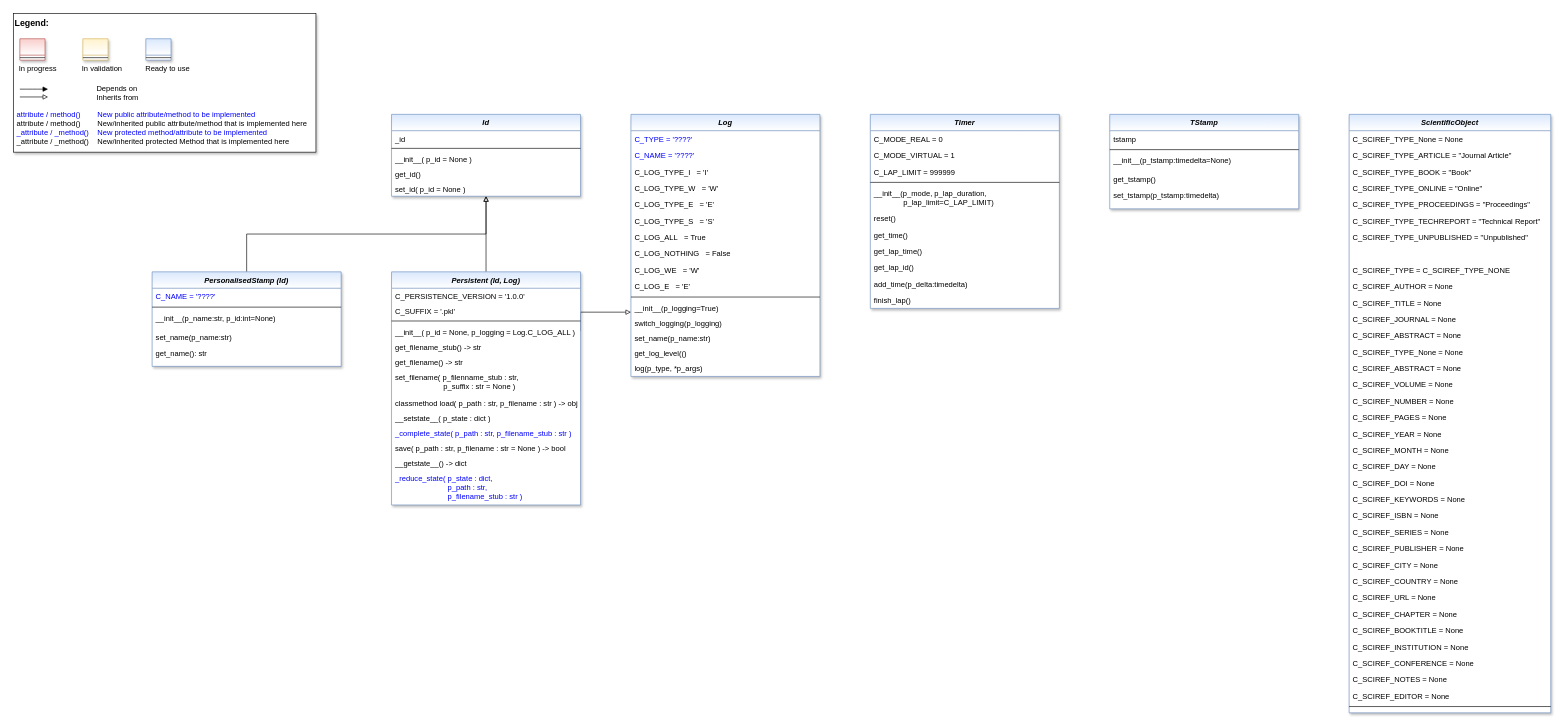
The draw.io diagram doc/rtd/content/04_appendices/appendix2/sub/core/mlpro_bf/layer0_elementary/images/MLPro-BF-Various_class_diagram.drawio in fhswf/MLPro, before the edit. Source tidied: cells renumbered, new cells numbered last; positions are measured from the earlier drawing's top-left corner, leaving out a move shared by most shapes. Both pictures are drawn from the tidied source at 63%, with x=0, y=0 at pixel (13, 13).
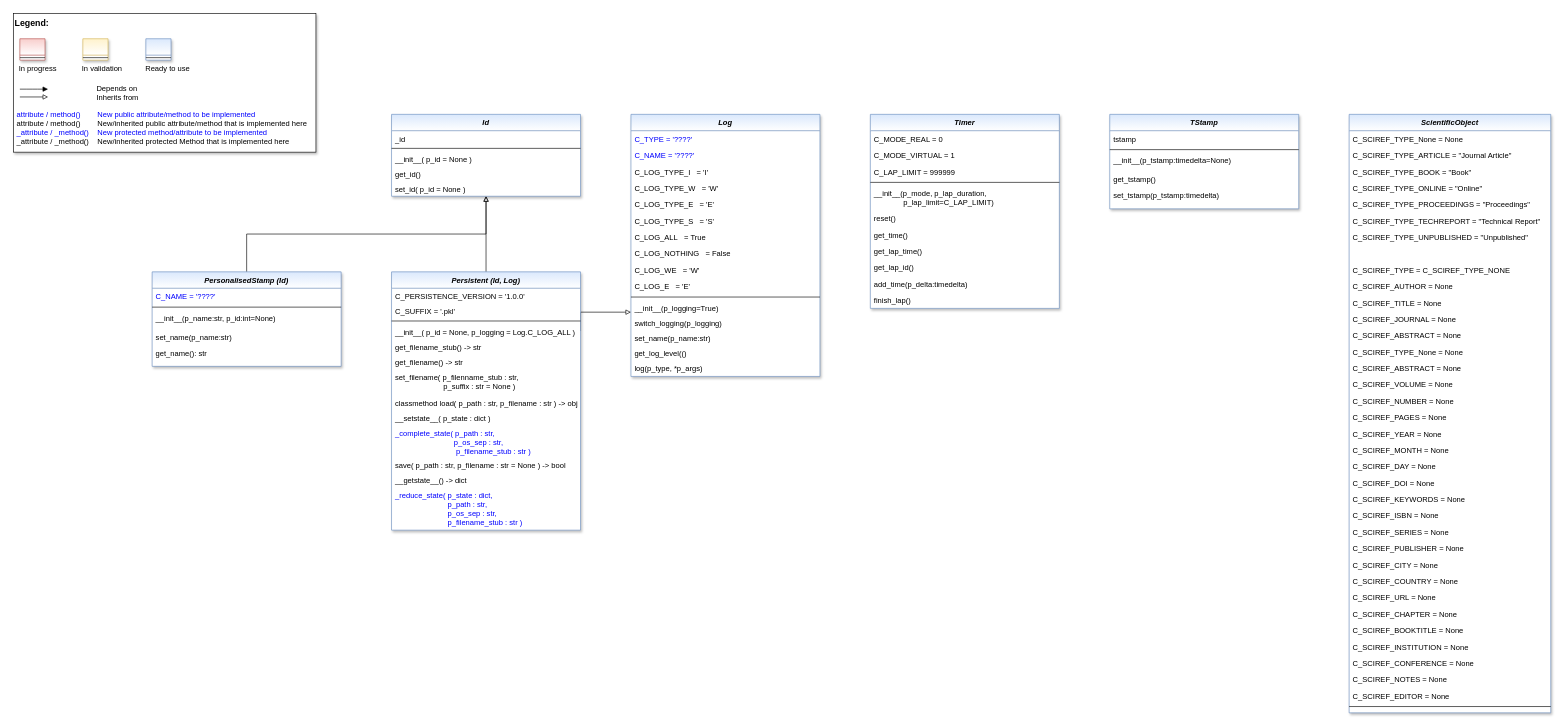
The same diagram, later.

Diff of the diagram source:
```diff
@@
     <mxCell id="99" value="Persistent (Id, Log)" style="swimlane;fontStyle=3;align=center;verticalAlign=top;horizontal=1;startSize=26;rounded=0;shadow=1;strokeWidth=1;fillColor=#dae8fc;strokeColor=#6c8ebf;gradientColor=#FFFFFF;swimlaneFillColor=#FFFFFF;" parent="1" vertex="1">
-      <mxGeometry x="600" y="410" width="300" height="370" as="geometry" />
+      <mxGeometry x="600" y="410" width="300" height="410" as="geometry" />
     </mxCell>
@@
-    <mxCell id="109" value="_complete_state( p_path : str, p_filename_stub : str )" style="text;align=left;verticalAlign=top;spacingLeft=4;spacingRight=4;overflow=hidden;fontColor=#0000FF;" parent="99" vertex="1">
-      <mxGeometry y="243" width="300" height="24" as="geometry" />
+    <mxCell id="109" value="_complete_state( p_path : str, &#10;                            p_os_sep : str,&#10;                             p_filename_stub : str )" style="text;align=left;verticalAlign=top;spacingLeft=4;spacingRight=4;overflow=hidden;fontColor=#0000FF;" parent="99" vertex="1">
+      <mxGeometry y="243" width="300" height="51" as="geometry" />
     </mxCell>
     <mxCell id="110" value="save( p_path : str, p_filename : str = None ) -&gt; bool" style="text;align=left;verticalAlign=top;spacingLeft=4;spacingRight=4;overflow=hidden;" parent="99" vertex="1">
-      <mxGeometry y="267" width="300" height="24" as="geometry" />
+      <mxGeometry y="294" width="300" height="24" as="geometry" />
     </mxCell>
     <mxCell id="111" value="__getstate__() -&gt; dict" style="text;align=left;verticalAlign=top;spacingLeft=4;spacingRight=4;overflow=hidden;" parent="99" vertex="1">
-      <mxGeometry y="291" width="300" height="24" as="geometry" />
+      <mxGeometry y="318" width="300" height="24" as="geometry" />
     </mxCell>
-    <mxCell id="112" value="_reduce_state( p_state : dict, &#10;                         p_path : str, &#10;                         p_filename_stub : str )" style="text;align=left;verticalAlign=top;spacingLeft=4;spacingRight=4;overflow=hidden;fontColor=#0000FF;" parent="99" vertex="1">
-      <mxGeometry y="315" width="300" height="55" as="geometry" />
+    <mxCell id="112" value="_reduce_state( p_state : dict, &#10;                         p_path : str, &#10;                         p_os_sep : str,&#10;                         p_filename_stub : str )" style="text;align=left;verticalAlign=top;spacingLeft=4;spacingRight=4;overflow=hidden;fontColor=#0000FF;" parent="99" vertex="1">
+      <mxGeometry y="342" width="300" height="68" as="geometry" />
     </mxCell>
```
